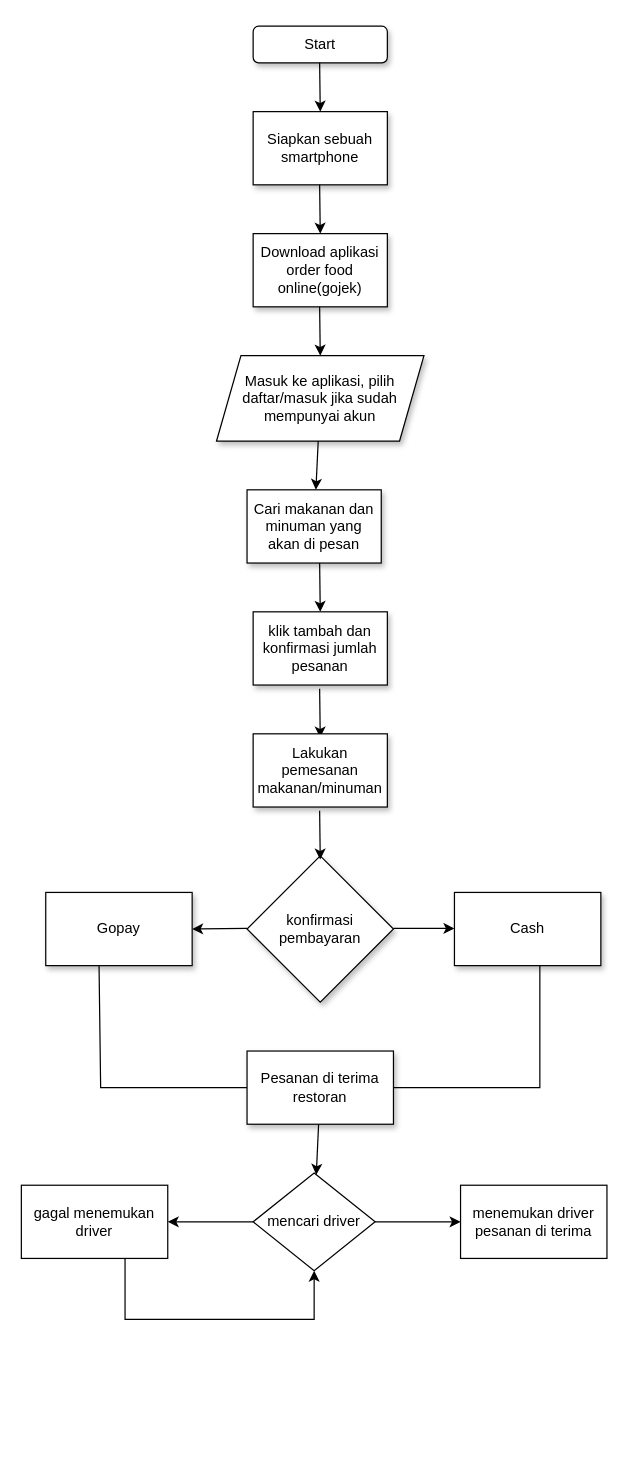
Before: flowchart.drawio in sintanurpila3/sinta_nurpila-order_food_online.app, a draw.io diagram. Source tidied: cells renumbered, new cells numbered last; positions are measured from the earlier drawing's top-left corner, leaving out a move shared by most shapes. Both pictures are drawn from the tidied source at 122%, with x=0, y=0 at pixel (21, 26).
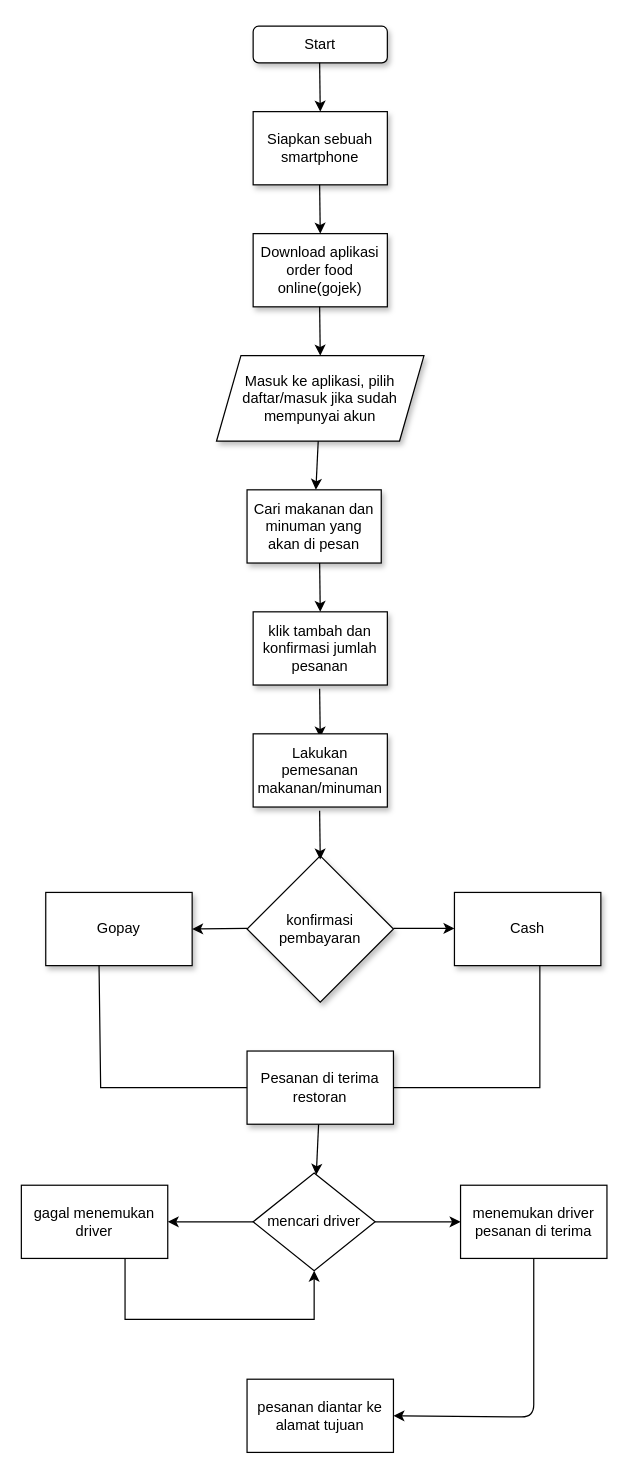
Above is the later version.

Commit message:
feat:pesanan diantar driver

The change refers to these unchanged cells:
```xml
<mxCell id="28" value="menemukan driver&lt;br&gt;pesanan di terima" style="whiteSpace=wrap;html=1;" parent="1" vertex="1">
  <mxGeometry x="360" y="950" width="120" height="60" as="geometry" />
</mxCell>
```

Diff of the diagram source:
```diff
@@
+    <mxCell id="31" value="pesanan diantar ke alamat tujuan" style="whiteSpace=wrap;html=1;" parent="1" vertex="1">
+      <mxGeometry x="185" y="1109" width="120" height="60" as="geometry" />
+    </mxCell>
+    <mxCell id="32" style="endArrow=classic;html=1;entryX=1;entryY=0.5;entryDx=0;entryDy=0;exitX=0.5;exitY=1;exitDx=0;exitDy=0;" parent="1" edge="1" source="28" target="31">
+      <mxGeometry relative="1" as="geometry">
+        <Array as="points">
+          <mxPoint x="420" y="1140" />
+        </Array>
+      </mxGeometry>
+    </mxCell>
```
